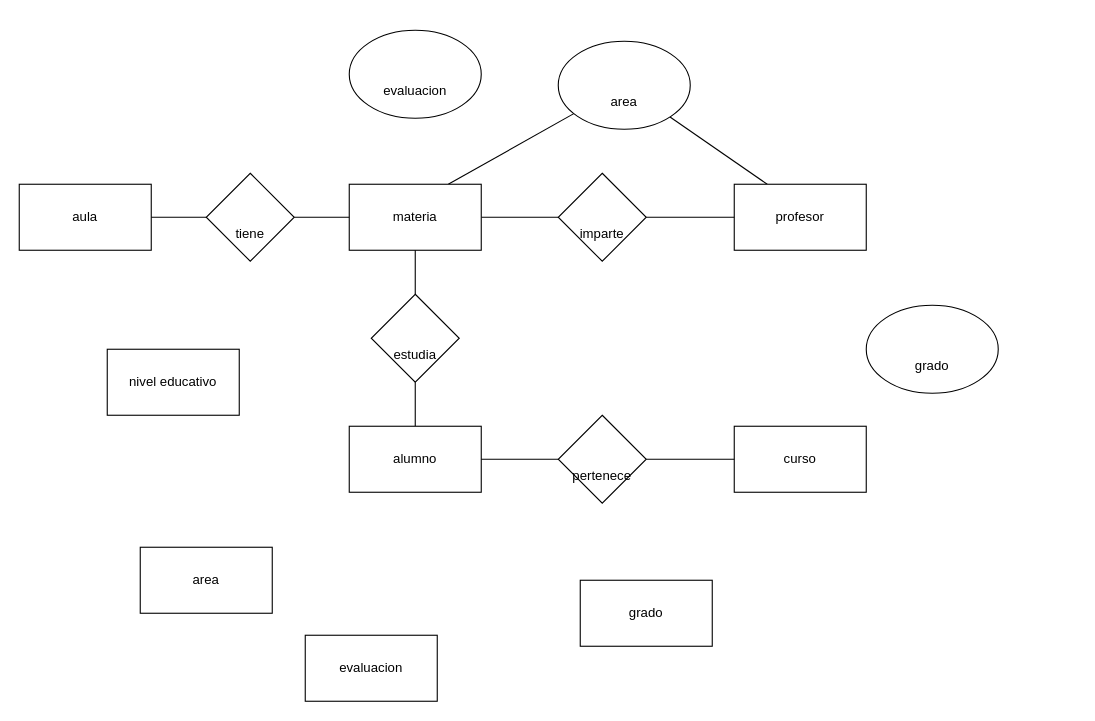
Before: actividad_3.drawio in EngJuanmayorgal/i_o_, a draw.io diagram. Source tidied: cells renumbered, new cells numbered last; positions are measured from the earlier drawing's top-left corner, leaving out a move shared by most shapes. Both pictures are drawn from the tidied source at 110%, with x=0, y=0 at pixel (19, 30).
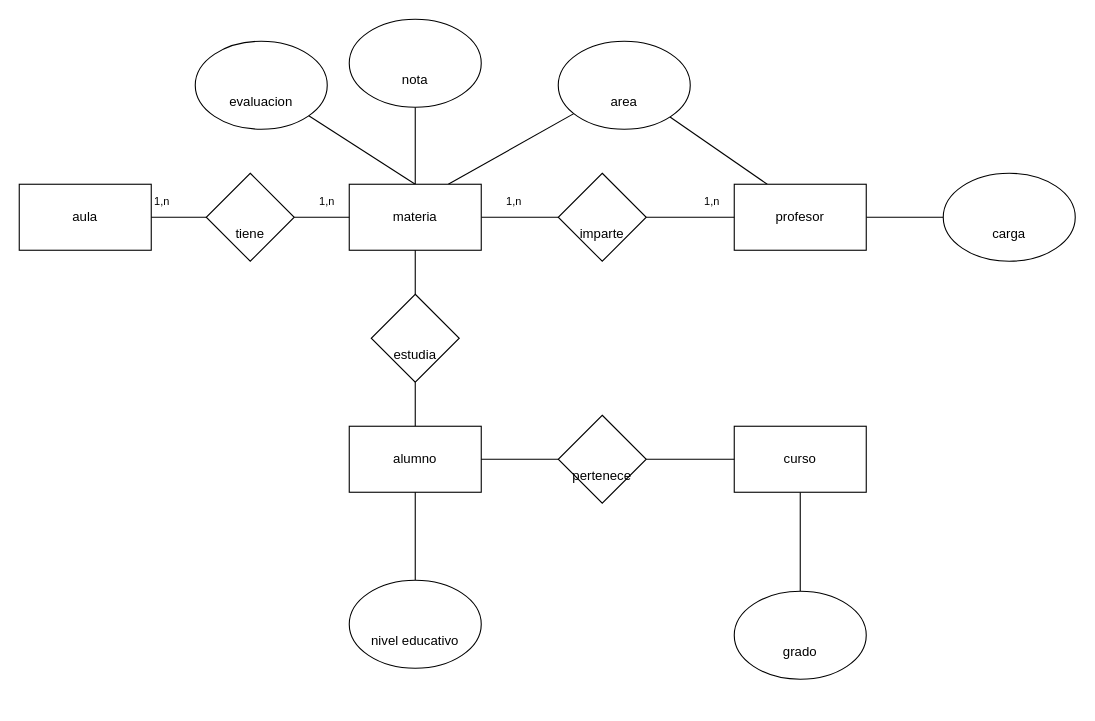
After the change.

Unchanged cells that the change refers to:
```xml
<mxCell id="3" value="alumno" style="rounded=0;whiteSpace=wrap;html=1;" parent="1" vertex="1">
  <mxGeometry x="300" y="360" width="120" height="60" as="geometry" />
</mxCell>
<mxCell id="4" value="curso" style="rounded=0;whiteSpace=wrap;html=1;" parent="1" vertex="1">
  <mxGeometry x="650" y="360" width="120" height="60" as="geometry" />
</mxCell>
<mxCell id="9" value="materia" style="rounded=0;whiteSpace=wrap;html=1;" parent="1" vertex="1">
  <mxGeometry x="300" y="140" width="120" height="60" as="geometry" />
</mxCell>
<mxCell id="12" value="profesor" style="rounded=0;whiteSpace=wrap;html=1;" parent="1" vertex="1">
  <mxGeometry x="650" y="140" width="120" height="60" as="geometry" />
</mxCell>
```

What changed in the source:
```diff
@@
+    <mxCell id="28" style="rounded=0;jettySize=auto;html=1;exitX=0.5;exitY=1;exitDx=0;exitDy=0;endArrow=none;endFill=0;" parent="1" edge="1" source="4" target="25">
+      <mxGeometry relative="1" as="geometry" />
+    </mxCell>
@@
-    <mxCell id="5" value="grado" style="rounded=0;whiteSpace=wrap;html=1;" parent="1" vertex="1">
-      <mxGeometry x="510" y="500" width="120" height="60" as="geometry" />
-    </mxCell>
-    <mxCell id="6" value="nivel educativo" style="rounded=0;whiteSpace=wrap;html=1;" parent="1" vertex="1">
-      <mxGeometry x="80" y="290" width="120" height="60" as="geometry" />
-    </mxCell>
@@
+    <mxCell id="29" style="rounded=0;jettySize=auto;html=1;exitX=0.5;exitY=0;exitDx=0;exitDy=0;endArrow=none;endFill=0;" parent="1" edge="1" source="9" target="26">
+      <mxGeometry relative="1" as="geometry" />
+    </mxCell>
+    <mxCell id="30" style="rounded=0;jettySize=auto;html=1;exitX=0.5;exitY=0;exitDx=0;exitDy=0;endArrow=none;endFill=0;" parent="1" edge="1" source="9" target="34">
+      <mxGeometry relative="1" as="geometry" />
+    </mxCell>
@@
-    <mxCell id="10" value="area" style="rounded=0;whiteSpace=wrap;html=1;" parent="1" vertex="1">
-      <mxGeometry x="110" y="470" width="120" height="60" as="geometry" />
-    </mxCell>
@@
+    <mxCell id="31" style="rounded=0;jettySize=auto;html=1;exitX=1;exitY=0.5;exitDx=0;exitDy=0;endArrow=none;endFill=0;" parent="1" edge="1" source="12" target="33">
+      <mxGeometry relative="1" as="geometry" />
+    </mxCell>
@@
-    <mxCell id="13" value="evaluacion" style="rounded=0;whiteSpace=wrap;html=1;" parent="1" vertex="1">
-      <mxGeometry x="260" y="550" width="120" height="60" as="geometry" />
-    </mxCell>
@@
     <mxCell id="25" value="&lt;div&gt;&lt;br&gt;&lt;/div&gt;&lt;div&gt;&lt;br&gt;&lt;/div&gt;&lt;div&gt;grado&lt;/div&gt;" style="ellipse;whiteSpace=wrap;html=1;shapeInside=1;" parent="1" vertex="1">
-      <mxGeometry x="770" y="250" width="120" height="80" as="geometry" />
+      <mxGeometry x="650" y="510" width="120" height="80" as="geometry" />
     </mxCell>
     <mxCell id="26" value="&lt;div&gt;&lt;br&gt;&lt;/div&gt;&lt;div&gt;&lt;br&gt;&lt;/div&gt;&lt;div&gt;evaluacion&lt;/div&gt;" style="ellipse;whiteSpace=wrap;html=1;shapeInside=1;" parent="1" vertex="1">
-      <mxGeometry x="300" width="120" height="80" as="geometry" />
+      <mxGeometry x="160" y="10" width="120" height="80" as="geometry" />
     </mxCell>
@@
+    <mxCell id="32" style="rounded=0;jettySize=auto;html=1;exitX=0.5;exitY=0;exitDx=0;exitDy=0;endArrow=none;endFill=0;" parent="1" edge="1" source="6" target="3">
+      <mxGeometry relative="1" as="geometry" />
+    </mxCell>
+    <mxCell id="6" value="&lt;div&gt;&lt;br&gt;&lt;/div&gt;&lt;div&gt;&lt;br&gt;&lt;/div&gt;&lt;div&gt;nivel educativo&lt;/div&gt;" style="ellipse;whiteSpace=wrap;html=1;shapeInside=1;" parent="1" vertex="1">
+      <mxGeometry x="300" y="500" width="120" height="80" as="geometry" />
+    </mxCell>
+    <mxCell id="33" value="&lt;div&gt;&lt;br&gt;&lt;/div&gt;&lt;div&gt;&lt;br&gt;&lt;/div&gt;&lt;div&gt;carga&lt;/div&gt;" style="ellipse;whiteSpace=wrap;html=1;shapeInside=1;" parent="1" vertex="1">
+      <mxGeometry x="840" y="130" width="120" height="80" as="geometry" />
+    </mxCell>
+    <mxCell id="34" value="&lt;div&gt;&lt;br&gt;&lt;/div&gt;&lt;div&gt;&lt;br&gt;&lt;/div&gt;&lt;div&gt;nota&lt;/div&gt;" style="ellipse;whiteSpace=wrap;html=1;shapeInside=1;" parent="1" vertex="1">
+      <mxGeometry x="300" y="-10" width="120" height="80" as="geometry" />
+    </mxCell>
+    <mxCell id="35" value="&lt;font style=&quot;font-size: 10px;&quot;&gt;1,n&lt;/font&gt;" style="text;html=1;whiteSpace=wrap;strokeColor=none;fillColor=none;align=center;verticalAlign=middle;rounded=0;" parent="1" vertex="1">
+      <mxGeometry x="100" y="140" width="60" height="30" as="geometry" />
+    </mxCell>
+    <mxCell id="36" value="&lt;font style=&quot;font-size: 10px;&quot;&gt;1,n&lt;/font&gt;" style="text;html=1;whiteSpace=wrap;strokeColor=none;fillColor=none;align=center;verticalAlign=middle;rounded=0;" parent="1" vertex="1">
+      <mxGeometry x="250" y="140" width="60" height="30" as="geometry" />
+    </mxCell>
+    <mxCell id="37" value="&lt;font style=&quot;font-size: 10px;&quot;&gt;1,n&lt;/font&gt;" style="text;html=1;whiteSpace=wrap;strokeColor=none;fillColor=none;align=center;verticalAlign=middle;rounded=0;" parent="1" vertex="1">
+      <mxGeometry x="420" y="140" width="60" height="30" as="geometry" />
+    </mxCell>
+    <mxCell id="38" value="&lt;font style=&quot;font-size: 10px;&quot;&gt;1,n&lt;/font&gt;" style="text;html=1;whiteSpace=wrap;strokeColor=none;fillColor=none;align=center;verticalAlign=middle;rounded=0;" parent="1" vertex="1">
+      <mxGeometry x="600" y="140" width="60" height="30" as="geometry" />
+    </mxCell>
```
